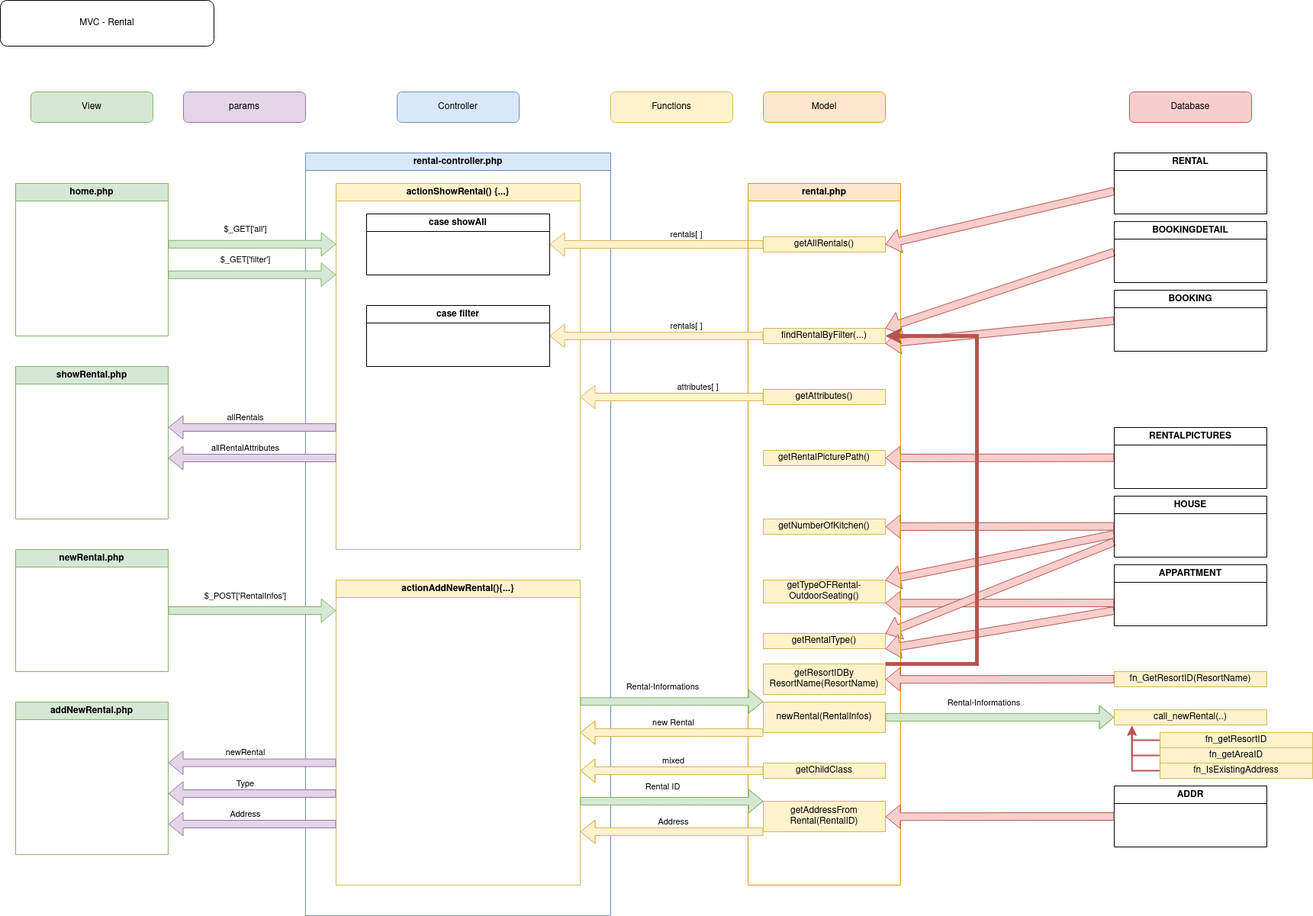
Earlier version of the draw.io export AllgemeineDokumente/Docu/mvc-architecture/rental/mvc-rental.png (hatta137/sunshineparks). Source tidied: cells renumbered, new cells last; positions are measured from the earlier drawing's top-left corner, leaving out a move shared by most shapes.
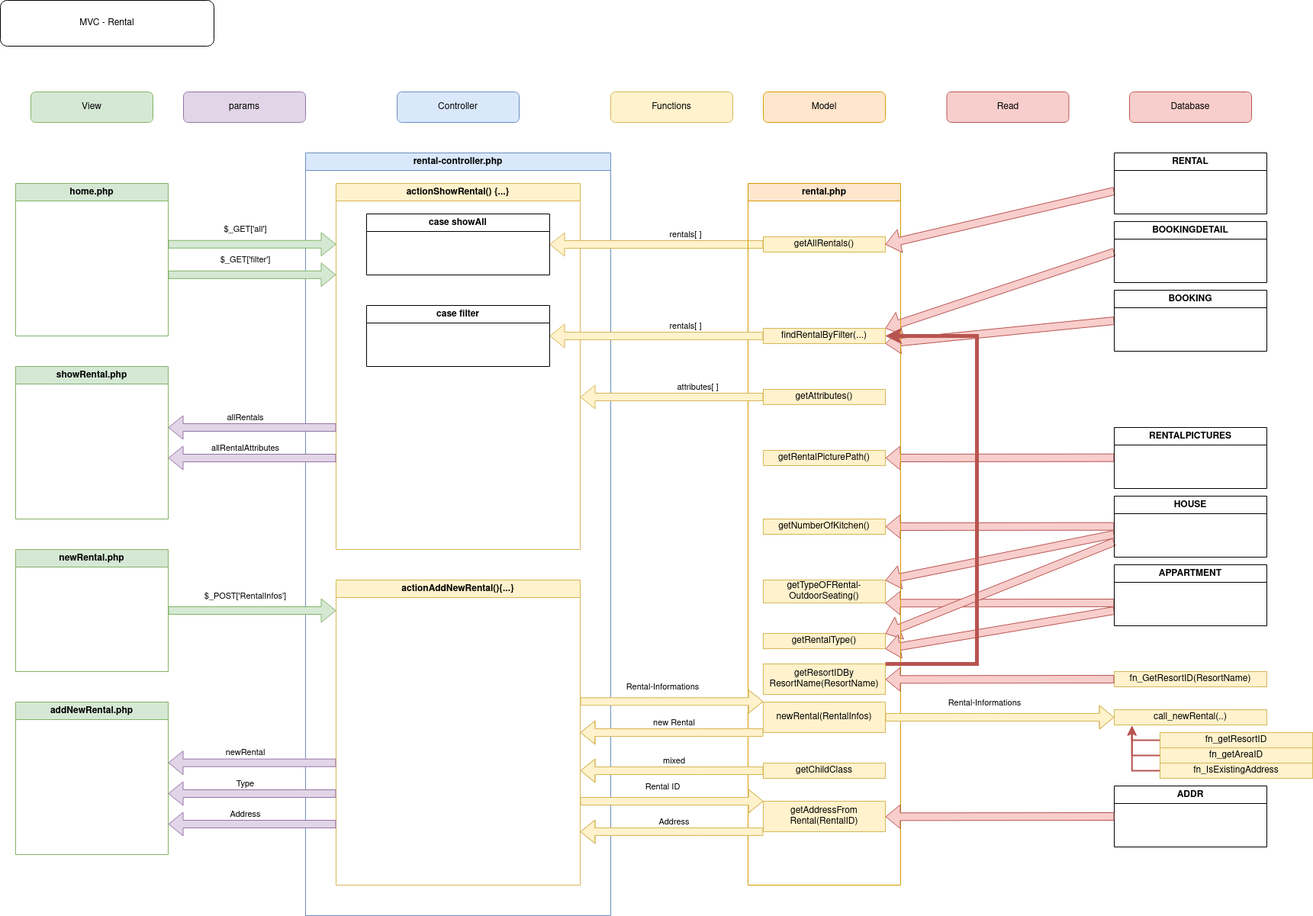
The same diagram one commit later.

Commit message:
mvc-admin mvc-rental

The edit, as a diff of the source:
```diff
@@ -247,7 +247,7 @@
         <mxPoint x="20" y="-17" as="offset" />
       </mxGeometry>
     </mxCell>
-    <mxCell id="62" style="shape=flexArrow;endArrow=classic;html=1;rounded=0;entryX=0;entryY=0.5;entryDx=0;entryDy=0;fillColor=#d5e8d4;strokeColor=#82b366;" parent="1" edge="1">
+    <mxCell id="62" style="shape=flexArrow;endArrow=classic;html=1;rounded=0;entryX=0;entryY=0.5;entryDx=0;entryDy=0;fillColor=#fff2cc;strokeColor=#d6b656;" parent="1" edge="1">
       <mxGeometry relative="1" as="geometry">
         <mxPoint x="760" y="919.3" as="sourcePoint" />
         <mxPoint x="1000" y="919.3" as="targetPoint" />
@@ -297,7 +297,7 @@
         <mxPoint x="20" y="-17" as="offset" />
       </mxGeometry>
     </mxCell>
-    <mxCell id="68" style="shape=flexArrow;endArrow=classic;html=1;rounded=0;entryX=0;entryY=0.5;entryDx=0;entryDy=0;fillColor=#d5e8d4;strokeColor=#82b366;" parent="1" edge="1">
+    <mxCell id="68" style="shape=flexArrow;endArrow=classic;html=1;rounded=0;entryX=0;entryY=0.5;entryDx=0;entryDy=0;fillColor=#fff2cc;strokeColor=#d6b656;" parent="1" edge="1">
       <mxGeometry relative="1" as="geometry">
         <mxPoint x="760" y="1050" as="sourcePoint" />
         <mxPoint x="1000" y="1050" as="targetPoint" />
@@ -396,7 +396,7 @@
         <mxPoint x="-40" y="-17" as="offset" />
       </mxGeometry>
     </mxCell>
-    <mxCell id="87" style="shape=flexArrow;endArrow=classic;html=1;rounded=0;entryX=0;entryY=0.5;entryDx=0;entryDy=0;fillColor=#d5e8d4;strokeColor=#82b366;" parent="1" edge="1" target="74">
+    <mxCell id="87" style="shape=flexArrow;endArrow=classic;html=1;rounded=0;entryX=0;entryY=0.5;entryDx=0;entryDy=0;fillColor=#fff2cc;strokeColor=#d6b656;" parent="1" edge="1" target="74">
       <mxGeometry relative="1" as="geometry">
         <mxPoint x="1160" y="940" as="sourcePoint" />
         <Array as="points">
@@ -421,5 +421,8 @@
     <mxCell id="91" value="params" style="rounded=1;whiteSpace=wrap;html=1;fillColor=#e1d5e7;strokeColor=#9673a6;" parent="1" vertex="1">
       <mxGeometry x="240" y="120" width="160" height="40" as="geometry" />
     </mxCell>
+    <mxCell id="92" value="Read" style="rounded=1;whiteSpace=wrap;html=1;fillColor=#f8cecc;strokeColor=#b85450;" parent="1" vertex="1">
+      <mxGeometry x="1240.5" y="120" width="160" height="40" as="geometry" />
+    </mxCell>
   </root>
 </mxGraphModel>
```
